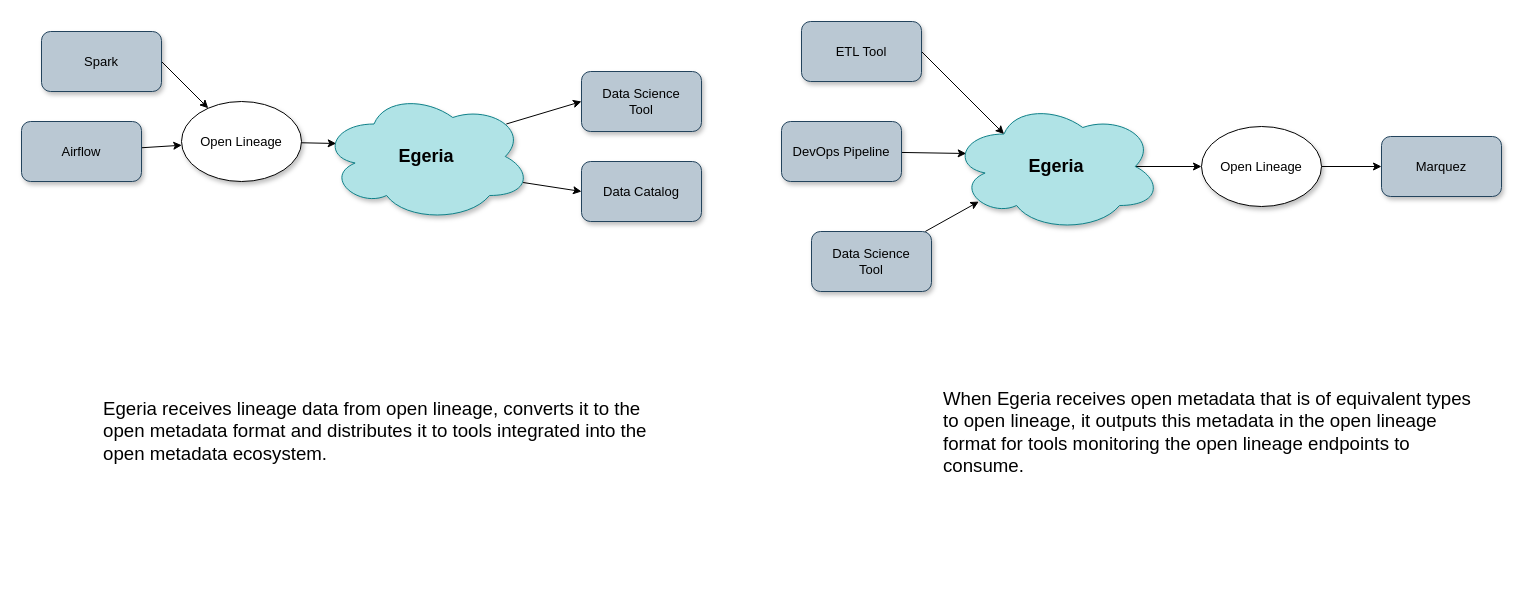
Earlier version of the draw.io diagram page "integration" (1 of 7) of open-metadata-publication/website/lineage/open-lineage.drawio (odpi/egeria). Source tidied: cells renumbered, new cells numbered last; positions are measured from the earlier drawing's top-left corner, leaving out a move shared by most shapes. Both pictures are drawn from the tidied source at 100%, with x=0, y=0 at pixel (21, 21).
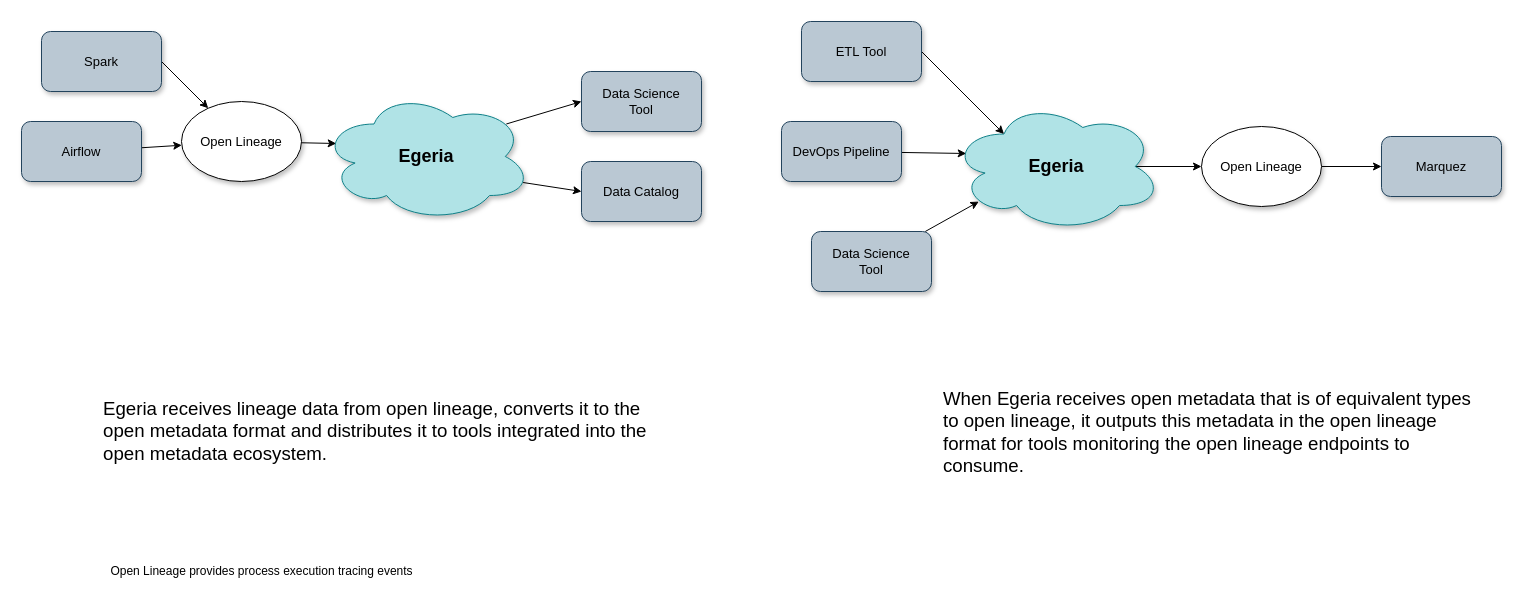
The same page after the edit.

Diff of the diagram source:
```diff
@@
+    <mxCell id="26" value="Open Lineage provides process execution tracing events" style="text;html=1;align=center;verticalAlign=middle;strokeColor=none;fontSize=12;fontFamily=Helvetica;fontColor=#000000;" parent="1" vertex="1">
+      <mxGeometry x="80" y="540" width="320" height="20" as="geometry" />
+    </mxCell>
```
